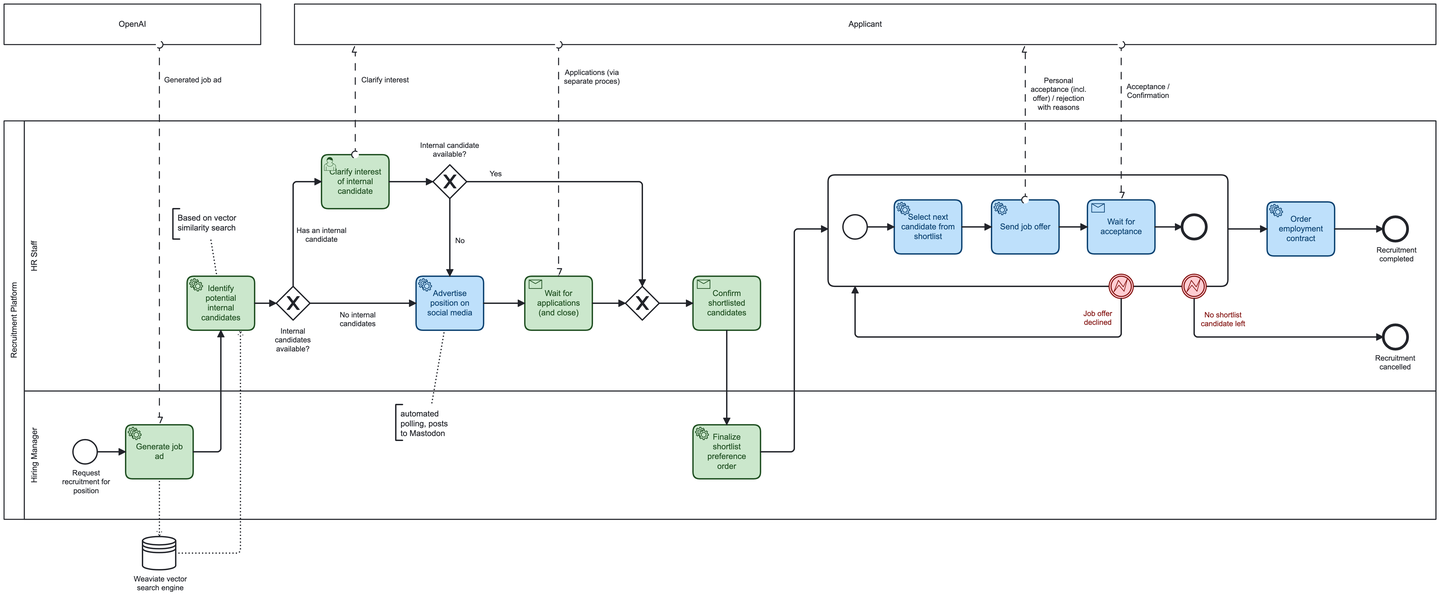
Above: docs/employee_recruitment_to_be.png in DigiBP/Team-Bananas (BPMN), before the change. Its source is kept beside it as bpmn/employee_recruitment_to_be.bpmn. Ids are renumbered.
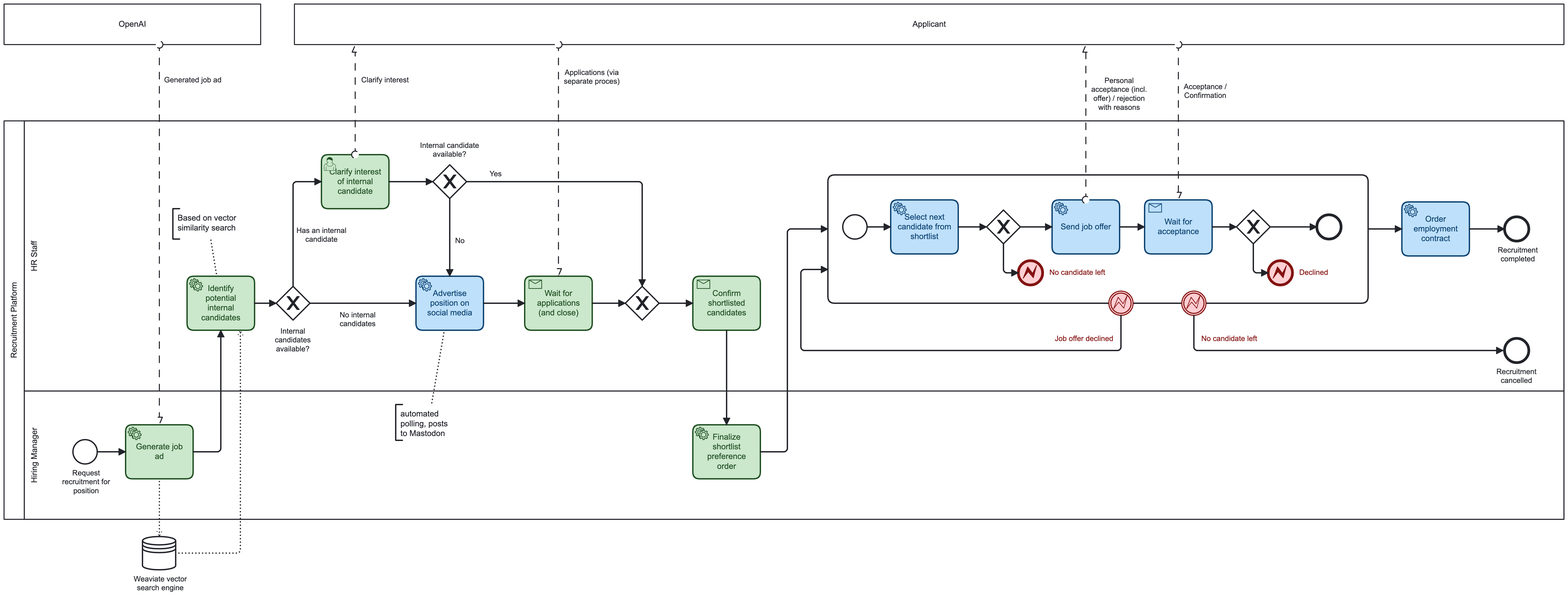
Later version of the same file.

Commit message:
errors need to be triggered via gateway and error end event

The edit, as a diff of the source:
```diff
@@ -26,9 +26,9 @@
         <bpmn:flowNodeRef>wait_for_applicants</bpmn:flowNodeRef>
-        <bpmn:flowNodeRef>Event_n17</bpmn:flowNodeRef>
         <bpmn:flowNodeRef>order_contract</bpmn:flowNodeRef>
         <bpmn:flowNodeRef>Event_n18</bpmn:flowNodeRef>
+        <bpmn:flowNodeRef>Event_n17</bpmn:flowNodeRef>
         <bpmn:flowNodeRef>Activity_n19</bpmn:flowNodeRef>
+        <bpmn:flowNodeRef>confirm_final_shortlist</bpmn:flowNodeRef>
+        <bpmn:flowNodeRef>candidate_declined</bpmn:flowNodeRef>
         <bpmn:flowNodeRef>Event_n20</bpmn:flowNodeRef>
-        <bpmn:flowNodeRef>candidate_declined</bpmn:flowNodeRef>
-        <bpmn:flowNodeRef>confirm_final_shortlist</bpmn:flowNodeRef>
       </bpmn:lane>
@@ -114,9 +114,2 @@
     <bpmn:sequenceFlow id="Flow_n38" sourceRef="confirm_shortlist_order" targetRef="Activity_n19" />
-    <bpmn:endEvent id="Event_n17" name="Recruitment completed">
-      <bpmn:incoming>Flow_n39</bpmn:incoming>
-    </bpmn:endEvent>
-    <bpmn:serviceTask id="order_contract" name="Order employment contract" camunda:type="external" camunda:topic="order_contract">
-      <bpmn:incoming>Flow_n40</bpmn:incoming>
-      <bpmn:outgoing>Flow_n39</bpmn:outgoing>
-    </bpmn:serviceTask>
     <bpmn:subProcess id="Activity_n19">
@@ -129,3 +122,4 @@
       <bpmn:serviceTask id="send_job_offer" name="Send job offer" camunda:type="external" camunda:topic="send_job_offer">
-        <bpmn:incoming>Flow_n44</bpmn:incoming>
+        <bpmn:documentation>The automation worker bot is subscribed to this task. As soon as a task is avaialble, the bot locks the task and send the job offer email to the candidate saved in the "nextCandidate" variable on the process.</bpmn:documentation>
+        <bpmn:incoming>Flow_n62</bpmn:incoming>
         <bpmn:outgoing>Flow_n45</bpmn:outgoing>
@@ -133,2 +127,3 @@
       <bpmn:receiveTask id="Activity_n9" name="Wait for acceptance" messageRef="Message_n46">
+        <bpmn:documentation>The process waits to receive a message from the applicant. The implementation is that the job offer email has two links: one to accept the job offer and one to reject it. This task is completed if the applicant clicks the *accept" link.</bpmn:documentation>
         <bpmn:incoming>Flow_n45</bpmn:incoming>
@@ -138,7 +133,8 @@
       <bpmn:endEvent id="Event_n48">
-        <bpmn:incoming>Flow_n47</bpmn:incoming>
+        <bpmn:incoming>Flow_n63</bpmn:incoming>
       </bpmn:endEvent>
-      <bpmn:sequenceFlow id="Flow_n47" sourceRef="Activity_n9" targetRef="Event_n48" />
+      <bpmn:sequenceFlow id="Flow_n47" sourceRef="Activity_n9" targetRef="Gateway_n64" />
       <bpmn:sequenceFlow id="Flow_n43" sourceRef="Event_n42" targetRef="select_next_candidate" />
       <bpmn:serviceTask id="select_next_candidate" name="Select next candidate from shortlist" camunda:type="external" camunda:topic="select_next_candidate">
+        <bpmn:documentation>The automation worker bot is subscribed to this task. As soon as a task is avaialble, he bot locks the task and takes the next candidate from the shortlist and saves that candidate to "nextCandidate" variable on the process.</bpmn:documentation>
         <bpmn:incoming>Flow_n43</bpmn:incoming>
@@ -146,5 +142,34 @@
       </bpmn:serviceTask>
-      <bpmn:sequenceFlow id="Flow_n44" sourceRef="select_next_candidate" targetRef="send_job_offer" />
+      <bpmn:sequenceFlow id="Flow_n44" sourceRef="select_next_candidate" targetRef="Gateway_n65" />
+      <bpmn:exclusiveGateway id="Gateway_n64">
+        <bpmn:incoming>Flow_n47</bpmn:incoming>
+        <bpmn:outgoing>Flow_n63</bpmn:outgoing>
+        <bpmn:outgoing>Flow_n66</bpmn:outgoing>
+      </bpmn:exclusiveGateway>
+      <bpmn:sequenceFlow id="Flow_n63" sourceRef="Gateway_n64" targetRef="Event_n48">
+        <bpmn:conditionExpression xsi:type="bpmn:tFormalExpression">#{nextCandidateAccepted == 1}</bpmn:conditionExpression>
+      </bpmn:sequenceFlow>
+      <bpmn:sequenceFlow id="Flow_n66" sourceRef="Gateway_n64" targetRef="Event_n67">
+        <bpmn:conditionExpression xsi:type="bpmn:tFormalExpression">#{nextCandidateAccepted == 0}</bpmn:conditionExpression>
+      </bpmn:sequenceFlow>
+      <bpmn:endEvent id="Event_n67" name="Declined">
+        <bpmn:incoming>Flow_n66</bpmn:incoming>
+        <bpmn:errorEventDefinition id="ErrorEventDefinition_n68" errorRef="Error_n53" />
+      </bpmn:endEvent>
+      <bpmn:exclusiveGateway id="Gateway_n65">
+        <bpmn:incoming>Flow_n44</bpmn:incoming>
+        <bpmn:outgoing>Flow_n62</bpmn:outgoing>
+        <bpmn:outgoing>Flow_n69</bpmn:outgoing>
+      </bpmn:exclusiveGateway>
+      <bpmn:sequenceFlow id="Flow_n62" sourceRef="Gateway_n65" targetRef="send_job_offer">
+        <bpmn:conditionExpression xsi:type="bpmn:tFormalExpression">#{nextCandidateName != ''}</bpmn:conditionExpression>
+      </bpmn:sequenceFlow>
+      <bpmn:sequenceFlow id="Flow_n69" sourceRef="Gateway_n65" targetRef="Event_n70">
+        <bpmn:conditionExpression xsi:type="bpmn:tFormalExpression">#{nextCandidateName == ''}</bpmn:conditionExpression>
+      </bpmn:sequenceFlow>
+      <bpmn:endEvent id="Event_n70" name="No candidate left">
+        <bpmn:incoming>Flow_n69</bpmn:incoming>
+        <bpmn:errorEventDefinition id="ErrorEventDefinition_n71" errorRef="Error_n51" />
+      </bpmn:endEvent>
     </bpmn:subProcess>
-    <bpmn:sequenceFlow id="Flow_n39" sourceRef="order_contract" targetRef="Event_n17" />
     <bpmn:sequenceFlow id="Flow_n49" sourceRef="Event_n20" targetRef="Event_n18" />
@@ -152,13 +177,2 @@
     <bpmn:sequenceFlow id="Flow_n41" sourceRef="candidate_declined" targetRef="Activity_n19" />
-    <bpmn:boundaryEvent id="Event_n20" name="No shortlist candidate left" attachedToRef="Activity_n19">
-      <bpmn:outgoing>Flow_n49</bpmn:outgoing>
-      <bpmn:errorEventDefinition id="ErrorEventDefinition_n50" errorRef="Error_n51" />
-    </bpmn:boundaryEvent>
-    <bpmn:boundaryEvent id="candidate_declined" name="Job offer&#10;declined" attachedToRef="Activity_n19">
-      <bpmn:outgoing>Flow_n41</bpmn:outgoing>
-      <bpmn:errorEventDefinition id="ErrorEventDefinition_n52" errorRef="Error_n53" />
-    </bpmn:boundaryEvent>
-    <bpmn:endEvent id="Event_n18" name="Recruitment cancelled">
-      <bpmn:incoming>Flow_n49</bpmn:incoming>
-    </bpmn:endEvent>
     <bpmn:receiveTask id="confirm_final_shortlist" name="Confirm shortlisted candidates" messageRef="Message_n54">
@@ -168,2 +182,22 @@
     </bpmn:receiveTask>
+    <bpmn:boundaryEvent id="candidate_declined" name="Job offer declined" attachedToRef="Activity_n19">
+      <bpmn:documentation>The process waits to receive a message from the applicant. The implementation is that the job offer email has two links: one to accept the job offer and one to reject it. This error is triggered in case the applicant clicks the "reject" link.</bpmn:documentation>
+      <bpmn:outgoing>Flow_n41</bpmn:outgoing>
+      <bpmn:errorEventDefinition id="ErrorEventDefinition_n52" errorRef="Error_n53" />
+    </bpmn:boundaryEvent>
+    <bpmn:boundaryEvent id="Event_n20" name="No candidate left" attachedToRef="Activity_n19">
+      <bpmn:outgoing>Flow_n49</bpmn:outgoing>
+      <bpmn:errorEventDefinition id="ErrorEventDefinition_n50" errorRef="Error_n51" />
+    </bpmn:boundaryEvent>
+    <bpmn:serviceTask id="order_contract" name="Order employment contract" camunda:type="external" camunda:topic="order_contract">
+      <bpmn:incoming>Flow_n40</bpmn:incoming>
+      <bpmn:outgoing>Flow_n39</bpmn:outgoing>
+    </bpmn:serviceTask>
+    <bpmn:sequenceFlow id="Flow_n39" sourceRef="order_contract" targetRef="Event_n17" />
+    <bpmn:endEvent id="Event_n18" name="Recruitment cancelled">
+      <bpmn:incoming>Flow_n49</bpmn:incoming>
+    </bpmn:endEvent>
+    <bpmn:endEvent id="Event_n17" name="Recruitment completed">
+      <bpmn:incoming>Flow_n39</bpmn:incoming>
+    </bpmn:endEvent>
     <bpmn:textAnnotation id="TextAnnotation_n55">
@@ -187,3 +221,3 @@
       <bpmndi:BPMNShape id="Participant_n3_di" bpmnElement="Participant_n3" isHorizontal="true">
-        <dc:Bounds x="160" y="250" width="2120" height="590" />
+        <dc:Bounds x="160" y="250" width="2310" height="590" />
         <bpmndi:BPMNLabel />
@@ -191,3 +225,3 @@
       <bpmndi:BPMNShape id="Lane_n14_di" bpmnElement="Lane_n14" isHorizontal="true">
-        <dc:Bounds x="190" y="250" width="2090" height="400" />
+        <dc:Bounds x="190" y="250" width="2280" height="400" />
         <bpmndi:BPMNLabel />
@@ -195,3 +229,3 @@
       <bpmndi:BPMNShape id="Lane_n13_di" bpmnElement="Lane_n13" isHorizontal="true">
-        <dc:Bounds x="190" y="650" width="2090" height="190" />
+        <dc:Bounds x="190" y="650" width="2280" height="190" />
         <bpmndi:BPMNLabel />
@@ -242,13 +276,19 @@
       </bpmndi:BPMNShape>
-      <bpmndi:BPMNShape id="Event_n17_di" bpmnElement="Event_n17">
-        <dc:Bounds x="2202" y="392" width="36" height="36" />
+      <bpmndi:BPMNShape id="Activity_0wthi8r_di" bpmnElement="order_contract" bioc:stroke="#0d4372" bioc:fill="#bbdefb" color:background-color="#bbdefb" color:border-color="#0d4372">
+        <dc:Bounds x="2230" y="370" width="100" height="80" />
+      </bpmndi:BPMNShape>
+      <bpmndi:BPMNShape id="Event_n18_di" bpmnElement="Event_n18">
+        <dc:Bounds x="2382" y="572" width="36" height="36" />
         <bpmndi:BPMNLabel>
-          <dc:Bounds x="2192" y="435" width="60" height="27" />
+          <dc:Bounds x="2370" y="615" width="60" height="27" />
         </bpmndi:BPMNLabel>
       </bpmndi:BPMNShape>
-      <bpmndi:BPMNShape id="Activity_0wthi8r_di" bpmnElement="order_contract" bioc:stroke="#0d4372" bioc:fill="#bbdefb" color:background-color="#bbdefb" color:border-color="#0d4372">
-        <dc:Bounds x="2030" y="370" width="100" height="80" />
+      <bpmndi:BPMNShape id="Event_n17_di" bpmnElement="Event_n17">
+        <dc:Bounds x="2382" y="392" width="36" height="36" />
+        <bpmndi:BPMNLabel>
+          <dc:Bounds x="2372" y="435" width="60" height="27" />
+        </bpmndi:BPMNLabel>
       </bpmndi:BPMNShape>
       <bpmndi:BPMNShape id="Activity_n19_di" bpmnElement="Activity_n19" isExpanded="true">
-        <dc:Bounds x="1380" y="330" width="592" height="165" />
+        <dc:Bounds x="1380" y="330" width="800" height="190" />
       </bpmndi:BPMNShape>
@@ -257,37 +297,74 @@
       </bpmndi:BPMNShape>
-      <bpmndi:BPMNShape id="Activity_18u45o6_di" bpmnElement="send_job_offer" bioc:stroke="#0d4372" bioc:fill="#bbdefb" color:background-color="#bbdefb" color:border-color="#0d4372">
-        <dc:Bounds x="1622" y="367" width="100" height="80" />
+      <bpmndi:BPMNShape id="Activity_1r36ojs_di" bpmnElement="select_next_candidate" bioc:stroke="#0d4372" bioc:fill="#bbdefb" color:background-color="#bbdefb" color:border-color="#0d4372">
+        <dc:Bounds x="1473" y="367" width="100" height="80" />
+        <bpmndi:BPMNLabel />
+      </bpmndi:BPMNShape>
+      <bpmndi:BPMNShape id="Event_n48_di" bpmnElement="Event_n48">
+        <dc:Bounds x="2104" y="389" width="36" height="36" />
+      </bpmndi:BPMNShape>
+      <bpmndi:BPMNShape id="Gateway_n64_di" bpmnElement="Gateway_n64" isMarkerVisible="true">
+        <dc:Bounds x="1985" y="382" width="50" height="50" />
       </bpmndi:BPMNShape>
       <bpmndi:BPMNShape id="Activity_1waicrr_di" bpmnElement="Activity_n9" bioc:stroke="#0d4372" bioc:fill="#bbdefb" color:background-color="#bbdefb" color:border-color="#0d4372">
-        <dc:Bounds x="1764" y="367" width="100" height="80" />
+        <dc:Bounds x="1849" y="367" width="100" height="80" />
       </bpmndi:BPMNShape>
-      <bpmndi:BPMNShape id="Event_n48_di" bpmnElement="Event_n48">
-        <dc:Bounds x="1904" y="389" width="36" height="36" />
-      </bpmndi:BPMNShape>
-      <bpmndi:BPMNShape id="Activity_1r36ojs_di" bpmnElement="select_next_candidate" bioc:stroke="#0d4372" bioc:fill="#bbdefb" color:background-color="#bbdefb" color:border-color="#0d4372">
-        <dc:Bounds x="1478" y="367" width="100" height="80" />
+      <bpmndi:BPMNShape id="Activity_18u45o6_di" bpmnElement="send_job_offer" bioc:stroke="#0d4372" bioc:fill="#bbdefb" color:background-color="#bbdefb" color:border-color="#0d4372">
+        <dc:Bounds x="1712" y="367" width="100" height="80" />
         <bpmndi:BPMNLabel />
       </bpmndi:BPMNShape>
-      <bpmndi:BPMNEdge id="Flow_n45_di" bpmnElement="Flow_n45">
-        <di:waypoint x="1722" y="407" />
-        <di:waypoint x="1764" y="407" />
+      <bpmndi:BPMNShape id="Gateway_n65_di" bpmnElement="Gateway_n65" isMarkerVisible="true">
+        <dc:Bounds x="1615" y="382" width="50" height="50" />
+      </bpmndi:BPMNShape>
+      <bpmndi:BPMNShape id="Event_06r6hzv_di" bpmnElement="Event_n70" bioc:stroke="#831311" bioc:fill="#ffcdd2" color:background-color="#ffcdd2" color:border-color="#831311">
+        <dc:Bounds x="1662" y="457" width="36" height="36" />
+        <bpmndi:BPMNLabel>
+          <dc:Bounds x="1708" y="468" width="83" height="14" />
+        </bpmndi:BPMNLabel>
+      </bpmndi:BPMNShape>
+      <bpmndi:BPMNShape id="Event_1ozhhb9_di" bpmnElement="Event_n67" bioc:stroke="#831311" bioc:fill="#ffcdd2" color:background-color="#ffcdd2" color:border-color="#831311">
+        <dc:Bounds x="2032" y="457" width="36" height="36" />
+        <bpmndi:BPMNLabel>
+          <dc:Bounds x="2078" y="468" width="43" height="14" />
+        </bpmndi:BPMNLabel>
+      </bpmndi:BPMNShape>
+      <bpmndi:BPMNEdge id="Flow_n43_di" bpmnElement="Flow_n43">
+        <di:waypoint x="1438" y="407" />
+        <di:waypoint x="1473" y="407" />
+      </bpmndi:BPMNEdge>
+      <bpmndi:BPMNEdge id="Flow_n44_di" bpmnElement="Flow_n44">
+        <di:waypoint x="1573" y="407" />
+        <di:waypoint x="1615" y="407" />
+      </bpmndi:BPMNEdge>
+      <bpmndi:BPMNEdge id="Flow_n66_di" bpmnElement="Flow_n66">
+        <di:waypoint x="2010" y="432" />
+        <di:waypoint x="2010" y="475" />
+        <di:waypoint x="2032" y="475" />
+        <bpmndi:BPMNLabel>
+          <dc:Bounds x="2017" y="454" width="37" height="14" />
+        </bpmndi:BPMNLabel>
+      </bpmndi:BPMNEdge>
+      <bpmndi:BPMNEdge id="Flow_n63_di" bpmnElement="Flow_n63">
+        <di:waypoint x="2035" y="407" />
+        <di:waypoint x="2104" y="407" />
+        <bpmndi:BPMNLabel>
+          <dc:Bounds x="2043" y="389" width="34" height="14" />
+        </bpmndi:BPMNLabel>
       </bpmndi:BPMNEdge>
       <bpmndi:BPMNEdge id="Flow_n47_di" bpmnElement="Flow_n47">
-        <di:waypoint x="1864" y="407" />
-        <di:waypoint x="1904" y="407" />
+        <di:waypoint x="1949" y="407" />
+        <di:waypoint x="1985" y="407" />
       </bpmndi:BPMNEdge>
-      <bpmndi:BPMNEdge id="Flow_n43_di" bpmnElement="Flow_n43">
-        <di:waypoint x="1438" y="407" />
-        <di:waypoint x="1478" y="407" />
+      <bpmndi:BPMNEdge id="Flow_n45_di" bpmnElement="Flow_n45">
+        <di:waypoint x="1812" y="407" />
+        <di:waypoint x="1849" y="407" />
       </bpmndi:BPMNEdge>
-      <bpmndi:BPMNEdge id="Flow_n44_di" bpmnElement="Flow_n44">
-        <di:waypoint x="1578" y="407" />
-        <di:waypoint x="1622" y="407" />
+      <bpmndi:BPMNEdge id="Flow_n62_di" bpmnElement="Flow_n62">
+        <di:waypoint x="1665" y="407" />
+        <di:waypoint x="1712" y="407" />
       </bpmndi:BPMNEdge>
-      <bpmndi:BPMNShape id="Event_n18_di" bpmnElement="Event_n18">
-        <dc:Bounds x="2202" y="552" width="36" height="36" />
-        <bpmndi:BPMNLabel>
-          <dc:Bounds x="2190" y="595" width="60" height="27" />
-        </bpmndi:BPMNLabel>
-      </bpmndi:BPMNShape>
+      <bpmndi:BPMNEdge id="Flow_n69_di" bpmnElement="Flow_n69">
+        <di:waypoint x="1640" y="432" />
+        <di:waypoint x="1640" y="475" />
+        <di:waypoint x="1662" y="475" />
+      </bpmndi:BPMNEdge>
       <bpmndi:BPMNShape id="Activity_00gwd9j_di" bpmnElement="confirm_final_shortlist" bioc:stroke="#205022" bioc:fill="#c8e6c9" color:background-color="#c8e6c9" color:border-color="#205022">
@@ -304,5 +381,5 @@
       <bpmndi:BPMNShape id="Event_11ghur6_di" bpmnElement="candidate_declined" bioc:stroke="#831311" bioc:fill="#ffcdd2" color:background-color="#ffcdd2" color:border-color="#831311">
-        <dc:Bounds x="1796" y="477" width="36" height="36" />
+        <dc:Bounds x="1796" y="502" width="36" height="36" />
         <bpmndi:BPMNLabel>
-          <dc:Bounds x="1758" y="529" width="43" height="27" />
+          <dc:Bounds x="1716" y="566" width="87" height="14" />
         </bpmndi:BPMNLabel>
@@ -310,5 +387,5 @@
       <bpmndi:BPMNShape id="Event_1su5wr0_di" bpmnElement="Event_n20" bioc:stroke="#831311" bioc:fill="#ffcdd2" color:background-color="#ffcdd2" color:border-color="#831311">
-        <dc:Bounds x="1904" y="477" width="36" height="36" />
+        <dc:Bounds x="1904" y="502" width="36" height="36" />
         <bpmndi:BPMNLabel>
-          <dc:Bounds x="1932" y="531" width="66" height="27" />
+          <dc:Bounds x="1933" y="566" width="83" height="14" />
         </bpmndi:BPMNLabel>
@@ -380,24 +457,21 @@
         <di:waypoint x="1280" y="740" />
-        <di:waypoint x="1330" y="740" />
-        <di:waypoint x="1330" y="410" />
+        <di:waypoint x="1320" y="740" />
+        <di:waypoint x="1320" y="410" />
         <di:waypoint x="1380" y="410" />
       </bpmndi:BPMNEdge>
-      <bpmndi:BPMNEdge id="Flow_n39_di" bpmnElement="Flow_n39">
-        <di:waypoint x="2130" y="410" />
-        <di:waypoint x="2202" y="410" />
-      </bpmndi:BPMNEdge>
       <bpmndi:BPMNEdge id="Flow_n49_di" bpmnElement="Flow_n49">
-        <di:waypoint x="1922" y="513" />
-        <di:waypoint x="1922" y="570" />
-        <di:waypoint x="2202" y="570" />
+        <di:waypoint x="1922" y="538" />
+        <di:waypoint x="1922" y="590" />
+        <di:waypoint x="2380" y="590" />
       </bpmndi:BPMNEdge>
       <bpmndi:BPMNEdge id="Flow_n40_di" bpmnElement="Flow_n40">
-        <di:waypoint x="1972" y="410" />
-        <di:waypoint x="2030" y="410" />
+        <di:waypoint x="2180" y="410" />
+        <di:waypoint x="2230" y="410" />
       </bpmndi:BPMNEdge>
       <bpmndi:BPMNEdge id="Flow_n41_di" bpmnElement="Flow_n41">
-        <di:waypoint x="1814" y="513" />
-        <di:waypoint x="1814" y="570" />
-        <di:waypoint x="1420" y="570" />
-        <di:waypoint x="1420" y="495" />
+        <di:waypoint x="1814" y="538" />
+        <di:waypoint x="1814" y="590" />
+        <di:waypoint x="1340" y="590" />
+        <di:waypoint x="1340" y="470" />
+        <di:waypoint x="1380" y="470" />
       </bpmndi:BPMNEdge>
@@ -411,2 +485,6 @@
       </bpmndi:BPMNEdge>
+      <bpmndi:BPMNEdge id="Flow_n39_di" bpmnElement="Flow_n39">
+        <di:waypoint x="2330" y="410" />
+        <di:waypoint x="2382" y="410" />
+      </bpmndi:BPMNEdge>
       <bpmndi:BPMNShape id="DataStoreReference_n21_di" bpmnElement="DataStoreReference_n21">
@@ -418,3 +496,3 @@
       <bpmndi:BPMNShape id="Participant_19uusfo_di" bpmnElement="Participant_n4" isHorizontal="true">
-        <dc:Bounds x="590" y="77" width="1690" height="60" />
+        <dc:Bounds x="590" y="77" width="1880" height="60" />
         <bpmndi:BPMNLabel />
@@ -442,6 +520,6 @@
       <bpmndi:BPMNEdge id="Flow_n7_di" bpmnElement="Flow_n7">
-        <di:waypoint x="1672" y="367" />
-        <di:waypoint x="1672" y="137" />
+        <di:waypoint x="1762" y="367" />
+        <di:waypoint x="1762" y="137" />
         <bpmndi:BPMNLabel>
-          <dc:Bounds x="1680" y="184" width="83" height="53" />
+          <dc:Bounds x="1770" y="184" width="83" height="53" />
         </bpmndi:BPMNLabel>
@@ -449,6 +527,6 @@
       <bpmndi:BPMNEdge id="Flow_n8_di" bpmnElement="Flow_n8">
-        <di:waypoint x="1814" y="137" />
-        <di:waypoint x="1814" y="367" />
+        <di:waypoint x="1899" y="137" />
+        <di:waypoint x="1899" y="367" />
         <bpmndi:BPMNLabel>
-          <dc:Bounds x="1822" y="193" width="64" height="27" />
+          <dc:Bounds x="1907" y="193" width="64" height="27" />
         </bpmndi:BPMNLabel>
```
